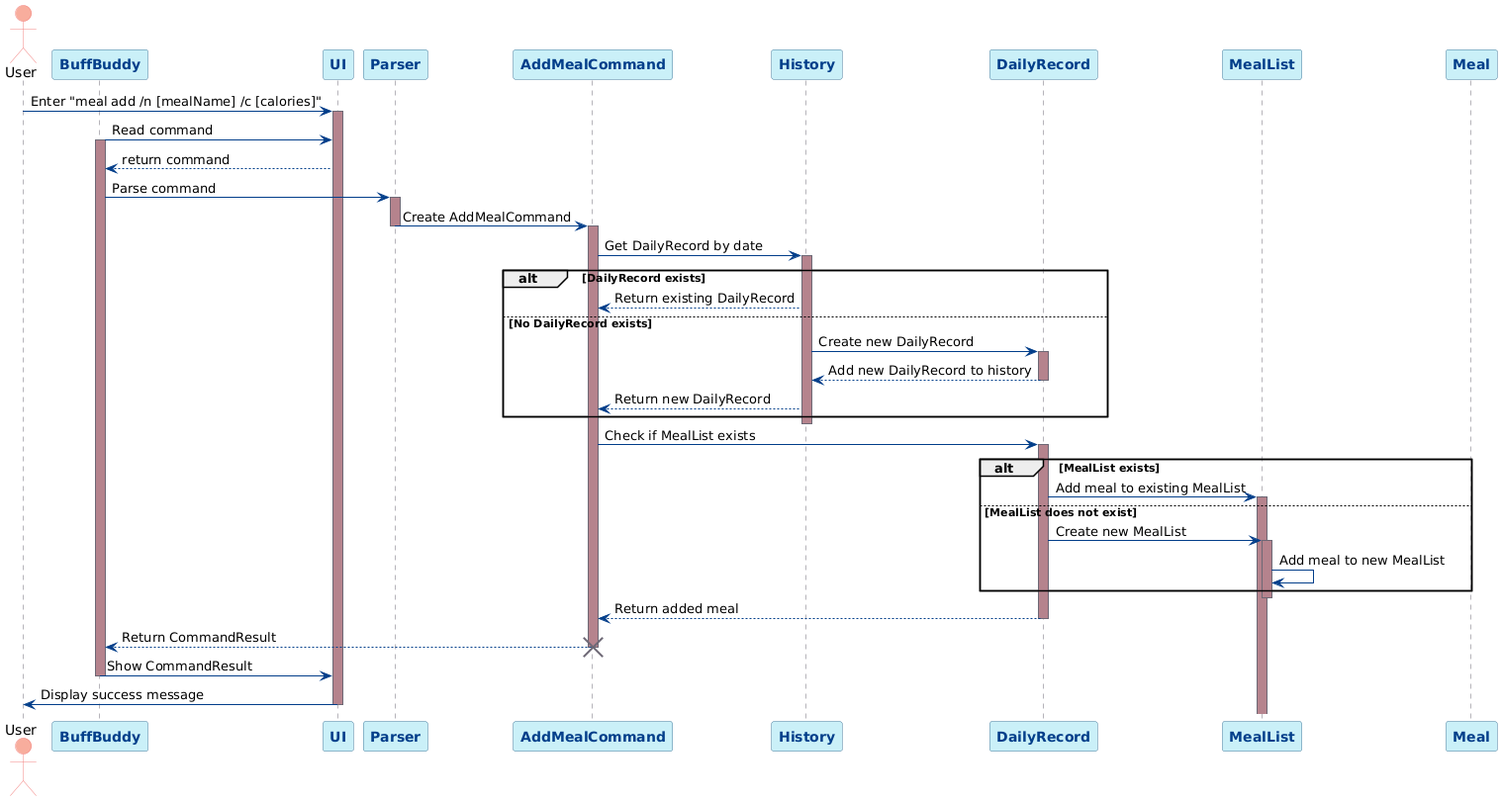
Above: docs/images/addMealSequenceDiagram.png in nus-cs2113-AY2425S1/tp (PlantUML), before the change.
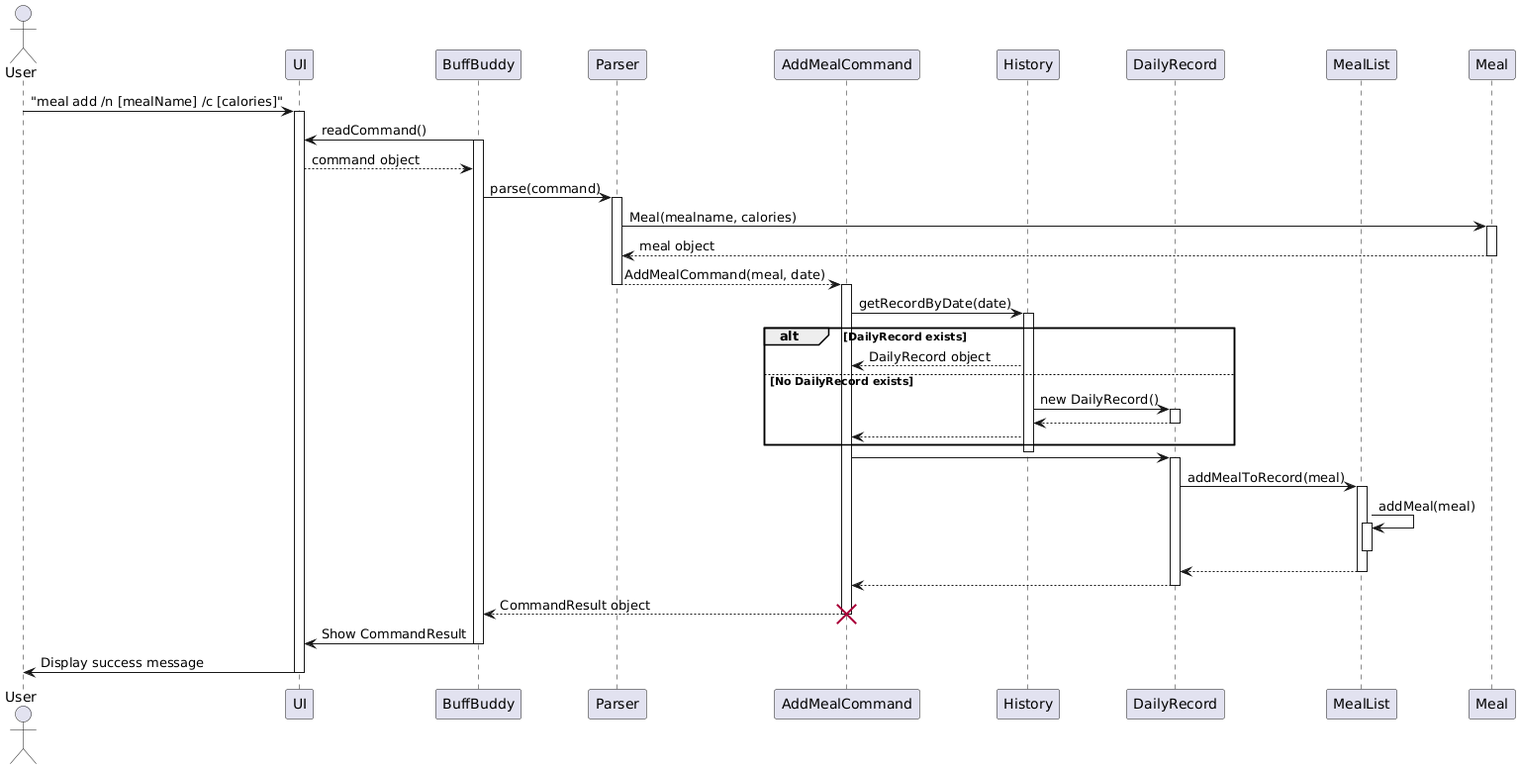
After the commit.

The edit, as a diff of the source:
```diff
@@ -1,25 +1,7 @@
 @startuml
-skinparam participant {
-    BackgroundColor #DFF6FF
-    BorderColor #0096C7
-    FontColor #023E8A
-    FontStyle bold
-}
-skinparam sequence {
-    ActorBorderColor #F28482
-    ActorBackgroundColor #F8AD9D
-    LifeLineBorderColor #6D6875
-    LifeLineBackgroundColor #B5838D
-    ParticipantBorderColor #457B9D
-    ParticipantBackgroundColor #CAF0F8
-    ArrowColor #023E8A
-    BoxBorderColor #495867
-    BoxBackgroundColor #B0C4DE
-}
-
 actor User
+participant "UI" as UI
 participant "BuffBuddy" as BB
-participant "UI" as UI
 participant "Parser" as Parser
 participant "AddMealCommand" as AddCmd
 participant "History" as History
@@ -27,48 +9,54 @@
 participant "MealList" as MealList
 participant "Meal" as Meal
 
-User -> UI: Enter "meal add /n [mealName] /c [calories]"
+User -> UI: "meal add /n [mealName] /c [calories]"
 activate UI
-BB -> UI: Read command
+BB -> UI: readCommand()
 activate BB
-UI --> BB: return command
-BB -> Parser: Parse command
+UI --> BB: command object
+BB -> Parser: parse(command)
 activate Parser
 
-Parser -> AddCmd: Create AddMealCommand
+Parser -> Meal: Meal(mealname, calories)
+activate Meal
+Meal --> Parser: meal object
+deactivate Meal
+
+Parser --> AddCmd: AddMealCommand(meal, date)
 deactivate Parser
 activate AddCmd
 
-AddCmd -> History: Get DailyRecord by date
+AddCmd -> History: getRecordByDate(date)
 activate History
 
 alt DailyRecord exists
-  History --> AddCmd: Return existing DailyRecord
+  History --> AddCmd: DailyRecord object
 else No DailyRecord exists
-  History -> DailyRec: Create new DailyRecord
+  History -> DailyRec: new DailyRecord()
   activate DailyRec
-  DailyRec --> History: Add new DailyRecord to history
+  DailyRec --> History
   deactivate DailyRec
-  History --> AddCmd: Return new DailyRecord
+  History --> AddCmd
 end
 deactivate History
 
-AddCmd -> DailyRec: Check if MealList exists
+AddCmd -> DailyRec:
 activate DailyRec
 
-alt MealList exists
-  DailyRec -> MealList: Add meal to existing MealList
-  activate MealList
-else MealList does not exist
-  DailyRec -> MealList: Create new MealList
-  activate MealList
-  MealList -> MealList: Add meal to new MealList
-end
+DailyRec -> MealList: addMealToRecord(meal)
+activate MealList
+MealList -> MealList: addMeal(meal)
+activate MealList
+
 deactivate MealList
-DailyRec --> AddCmd: Return added meal
+MealList --> DailyRec
+deactivate MealList
+
+
+DailyRec --> AddCmd
 deactivate DailyRec
 
-AddCmd --> BB: Return CommandResult
+AddCmd --> BB: CommandResult object
 deactivate AddCmd
 destroy AddCmd
 
```
